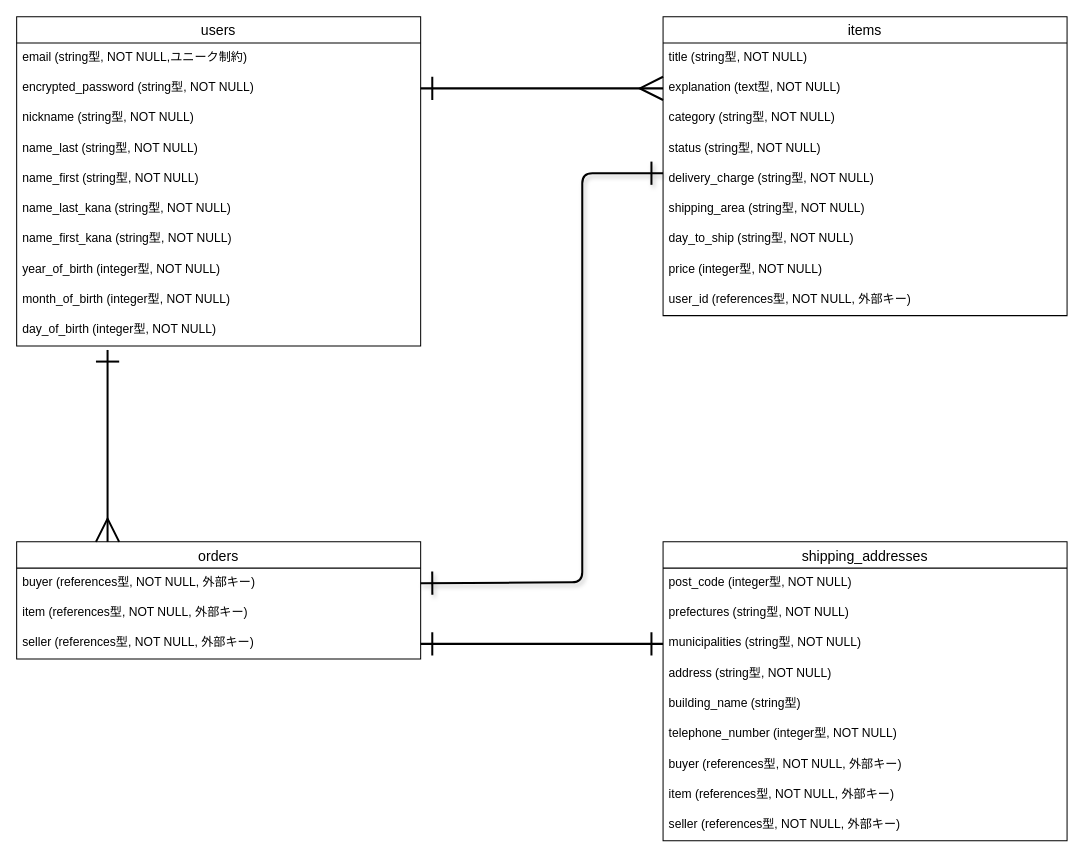
Before: furima.dio in mocchio/furima-38971, a draw.io diagram. Source tidied: cells renumbered, new cells numbered last; positions are measured from the earlier drawing's top-left corner, leaving out a move shared by most shapes. Both pictures are drawn from the tidied source at 101%, with x=0, y=0 at pixel (16, 16).
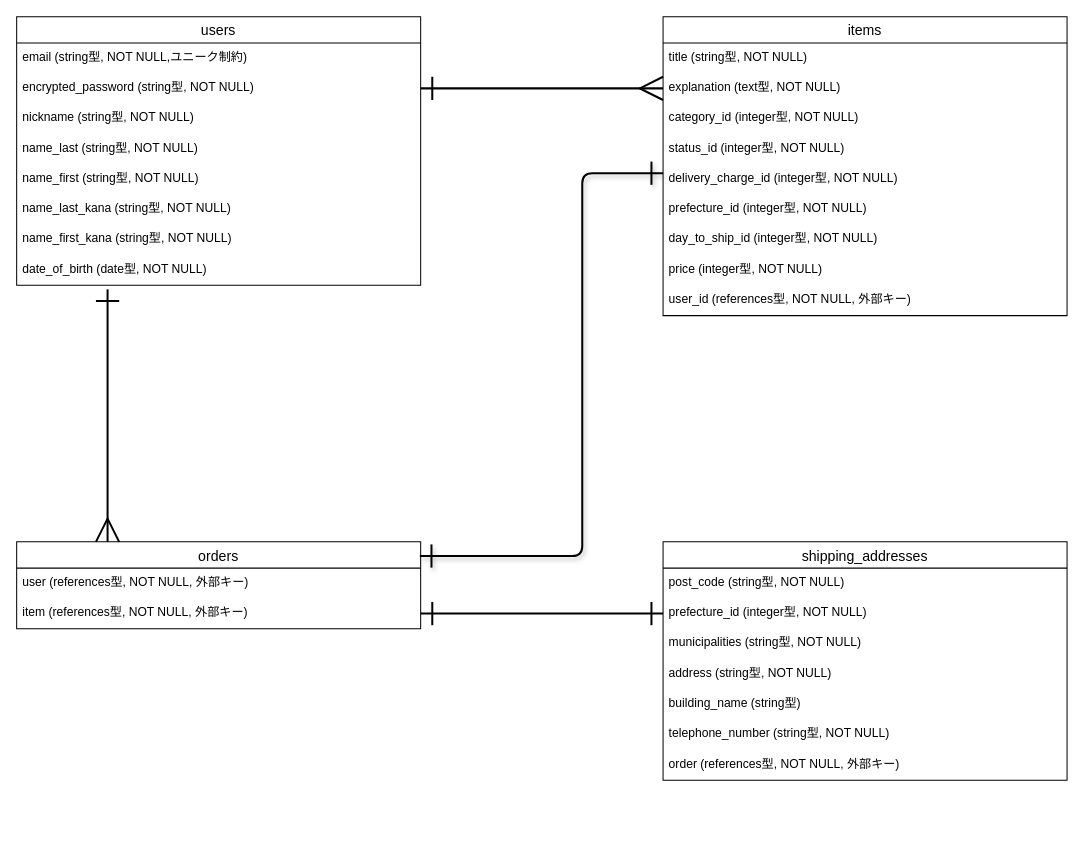
The same diagram, later.

The change refers to these unchanged cells:
```xml
<mxCell id="13" value="items" style="swimlane;fontStyle=0;horizontal=1;startSize=26;align=center;fontSize=14;" parent="1" vertex="1">
  <mxGeometry x="640" width="400" height="296" as="geometry" />
</mxCell>
<mxCell id="25" value="item (references型, NOT NULL, 外部キー)" style="text;strokeColor=none;fillColor=none;spacingLeft=4;spacingRight=4;overflow=hidden;points=[[0,0.5],[1,0.5]];portConstraint=eastwest;fontSize=12;" parent="23" vertex="1">
  <mxGeometry y="56" width="400" height="30" as="geometry" />
</mxCell>
<mxCell id="30" value="municipalities (string型, NOT NULL)" style="text;strokeColor=none;fillColor=none;spacingLeft=4;spacingRight=4;overflow=hidden;points=[[0,0.5],[1,0.5]];portConstraint=eastwest;fontSize=12;" parent="27" vertex="1">
  <mxGeometry y="86" width="400" height="30" as="geometry" />
</mxCell>
```

What changed in the source:
```diff
@@
     <mxCell id="2" value="users" style="swimlane;fontStyle=0;horizontal=1;startSize=26;align=center;fontSize=14;" parent="1" vertex="1">
-      <mxGeometry width="400" height="326" as="geometry" />
+      <mxGeometry width="400" height="266" as="geometry" />
     </mxCell>
@@
-    <mxCell id="10" value="year_of_birth (integer型, NOT NULL)" style="text;strokeColor=none;fillColor=none;spacingLeft=4;spacingRight=4;overflow=hidden;fontSize=12;" parent="2" vertex="1">
+    <mxCell id="10" value="date_of_birth (date型, NOT NULL)" style="text;strokeColor=none;fillColor=none;spacingLeft=4;spacingRight=4;overflow=hidden;fontSize=12;" parent="2" vertex="1">
       <mxGeometry y="236" width="400" height="30" as="geometry" />
     </mxCell>
-    <mxCell id="11" value="month_of_birth (integer型, NOT NULL)" style="text;strokeColor=none;fillColor=none;spacingLeft=4;spacingRight=4;overflow=hidden;fontSize=12;" parent="2" vertex="1">
-      <mxGeometry y="266" width="400" height="30" as="geometry" />
-    </mxCell>
-    <mxCell id="12" value="day_of_birth (integer型, NOT NULL)" style="text;strokeColor=none;fillColor=none;spacingLeft=4;spacingRight=4;overflow=hidden;fontSize=12;" parent="2" vertex="1">
-      <mxGeometry y="296" width="400" height="30" as="geometry" />
-    </mxCell>
@@
-    <mxCell id="16" value="category (string型, NOT NULL)" style="text;strokeColor=none;fillColor=none;spacingLeft=4;spacingRight=4;overflow=hidden;fontSize=12;" parent="13" vertex="1">
+    <mxCell id="16" value="category_id (integer型, NOT NULL)" style="text;strokeColor=none;fillColor=none;spacingLeft=4;spacingRight=4;overflow=hidden;fontSize=12;" parent="13" vertex="1">
       <mxGeometry y="86" width="400" height="30" as="geometry" />
     </mxCell>
-    <mxCell id="17" value="status (string型, NOT NULL) " style="text;strokeColor=none;fillColor=none;spacingLeft=4;spacingRight=4;overflow=hidden;fontSize=12;" parent="13" vertex="1">
+    <mxCell id="17" value="status_id (integer型, NOT NULL) " style="text;strokeColor=none;fillColor=none;spacingLeft=4;spacingRight=4;overflow=hidden;fontSize=12;" parent="13" vertex="1">
       <mxGeometry y="116" width="400" height="30" as="geometry" />
     </mxCell>
-    <mxCell id="18" value="delivery_charge (string型, NOT NULL)" style="text;strokeColor=none;fillColor=none;spacingLeft=4;spacingRight=4;overflow=hidden;fontSize=12;" parent="13" vertex="1">
+    <mxCell id="18" value="delivery_charge_id (integer型, NOT NULL)" style="text;strokeColor=none;fillColor=none;spacingLeft=4;spacingRight=4;overflow=hidden;fontSize=12;" parent="13" vertex="1">
       <mxGeometry y="146" width="400" height="30" as="geometry" />
     </mxCell>
-    <mxCell id="19" value="shipping_area (string型, NOT NULL)" style="text;strokeColor=none;fillColor=none;spacingLeft=4;spacingRight=4;overflow=hidden;fontSize=12;" parent="13" vertex="1">
+    <mxCell id="19" value="prefecture_id (integer型, NOT NULL)" style="text;strokeColor=none;fillColor=none;spacingLeft=4;spacingRight=4;overflow=hidden;fontSize=12;" parent="13" vertex="1">
       <mxGeometry y="176" width="400" height="30" as="geometry" />
     </mxCell>
-    <mxCell id="20" value="day_to_ship (string型, NOT NULL) " style="text;strokeColor=none;fillColor=none;spacingLeft=4;spacingRight=4;overflow=hidden;fontSize=12;" parent="13" vertex="1">
+    <mxCell id="20" value="day_to_ship_id (integer型, NOT NULL) " style="text;strokeColor=none;fillColor=none;spacingLeft=4;spacingRight=4;overflow=hidden;fontSize=12;" parent="13" vertex="1">
       <mxGeometry y="206" width="400" height="30" as="geometry" />
     </mxCell>
@@
     <mxCell id="23" value="orders" style="swimlane;fontStyle=0;horizontal=1;startSize=26;align=center;fontSize=14;" parent="1" vertex="1">
-      <mxGeometry y="520" width="400" height="116" as="geometry" />
+      <mxGeometry y="520" width="400" height="86" as="geometry" />
     </mxCell>
-    <mxCell id="24" value="buyer (references型, NOT NULL, 外部キー)" style="text;strokeColor=none;fillColor=none;spacingLeft=4;spacingRight=4;overflow=hidden;points=[[0,0.5],[1,0.5]];portConstraint=eastwest;fontSize=12;" parent="23" vertex="1">
+    <mxCell id="24" value="user (references型, NOT NULL, 外部キー)" style="text;strokeColor=none;fillColor=none;spacingLeft=4;spacingRight=4;overflow=hidden;points=[[0,0.5],[1,0.5]];portConstraint=eastwest;fontSize=12;" parent="23" vertex="1">
       <mxGeometry y="26" width="400" height="30" as="geometry" />
     </mxCell>
@@
-    <mxCell id="26" value="seller (references型, NOT NULL, 外部キー)" style="text;strokeColor=none;fillColor=none;spacingLeft=4;spacingRight=4;overflow=hidden;points=[[0,0.5],[1,0.5]];portConstraint=eastwest;fontSize=12;" parent="23" vertex="1">
-      <mxGeometry y="86" width="400" height="30" as="geometry" />
-    </mxCell>
     <mxCell id="27" value="shipping_addresses" style="swimlane;fontStyle=0;horizontal=1;startSize=26;align=center;fontSize=14;" parent="1" vertex="1">
-      <mxGeometry x="640" y="520" width="400" height="296" as="geometry" />
+      <mxGeometry x="640" y="520" width="400" height="236" as="geometry" />
     </mxCell>
-    <mxCell id="28" value="post_code (integer型, NOT NULL)" style="text;strokeColor=none;fillColor=none;spacingLeft=4;spacingRight=4;overflow=hidden;fontSize=12;" parent="27" vertex="1">
+    <mxCell id="28" value="post_code (string型, NOT NULL)" style="text;strokeColor=none;fillColor=none;spacingLeft=4;spacingRight=4;overflow=hidden;fontSize=12;" parent="27" vertex="1">
       <mxGeometry y="26" width="400" height="30" as="geometry" />
     </mxCell>
-    <mxCell id="29" value="prefectures (string型, NOT NULL)" style="text;strokeColor=none;fillColor=none;spacingLeft=4;spacingRight=4;overflow=hidden;points=[[0,0.5],[1,0.5]];portConstraint=eastwest;fontSize=12;" parent="27" vertex="1">
+    <mxCell id="29" value="prefecture_id (integer型, NOT NULL)" style="text;strokeColor=none;fillColor=none;spacingLeft=4;spacingRight=4;overflow=hidden;points=[[0,0.5],[1,0.5]];portConstraint=eastwest;fontSize=12;" parent="27" vertex="1">
       <mxGeometry y="56" width="400" height="30" as="geometry" />
     </mxCell>
@@
-    <mxCell id="33" value="telephone_number (integer型, NOT NULL)" style="text;strokeColor=none;fillColor=none;spacingLeft=4;spacingRight=4;overflow=hidden;fontSize=12;" parent="27" vertex="1">
+    <mxCell id="33" value="telephone_number (string型, NOT NULL)" style="text;strokeColor=none;fillColor=none;spacingLeft=4;spacingRight=4;overflow=hidden;fontSize=12;" parent="27" vertex="1">
       <mxGeometry y="176" width="400" height="30" as="geometry" />
     </mxCell>
-    <mxCell id="34" value="buyer (references型, NOT NULL, 外部キー)" style="text;strokeColor=none;fillColor=none;spacingLeft=4;spacingRight=4;overflow=hidden;fontSize=12;" parent="27" vertex="1">
+    <mxCell id="34" value="order (references型, NOT NULL, 外部キー)" style="text;strokeColor=none;fillColor=none;spacingLeft=4;spacingRight=4;overflow=hidden;fontSize=12;" parent="27" vertex="1">
       <mxGeometry y="206" width="400" height="30" as="geometry" />
     </mxCell>
-    <mxCell id="35" value="item (references型, NOT NULL, 外部キー)" style="text;strokeColor=none;fillColor=none;spacingLeft=4;spacingRight=4;overflow=hidden;fontSize=12;" parent="27" vertex="1">
-      <mxGeometry y="236" width="400" height="30" as="geometry" />
-    </mxCell>
-    <mxCell id="36" value="seller (references型, NOT NULL, 外部キー)" style="text;strokeColor=none;fillColor=none;spacingLeft=4;spacingRight=4;overflow=hidden;fontSize=12;" parent="27" vertex="1">
-      <mxGeometry y="266" width="400" height="30" as="geometry" />
-    </mxCell>
@@
-    <mxCell id="38" style="edgeStyle=none;jumpStyle=none;html=1;exitX=1;exitY=0.5;exitDx=0;exitDy=0;entryX=0;entryY=0.5;entryDx=0;entryDy=0;strokeWidth=2;startArrow=ERone;startFill=0;endArrow=ERone;endFill=0;startSize=20;endSize=20;" parent="1" edge="1" source="26" target="30">
+    <mxCell id="38" style="edgeStyle=none;jumpStyle=none;html=1;exitX=1;exitY=0.5;exitDx=0;exitDy=0;entryX=0;entryY=0.5;entryDx=0;entryDy=0;strokeWidth=2;startArrow=ERone;startFill=0;endArrow=ERone;endFill=0;startSize=20;endSize=20;" parent="1" edge="1" source="25" target="29">
       <mxGeometry relative="1" as="geometry" />
     </mxCell>
-    <mxCell id="39" style="edgeStyle=none;jumpStyle=none;html=1;exitX=1;exitY=0.5;exitDx=0;exitDy=0;strokeWidth=2;startArrow=ERone;startFill=0;endArrow=ERone;endFill=0;startSize=20;endSize=20;shadow=1;" parent="1" edge="1" source="24">
+    <mxCell id="39" style="edgeStyle=none;jumpStyle=none;html=1;exitX=0.998;exitY=0.163;exitDx=0;exitDy=0;strokeWidth=2;startArrow=ERone;startFill=0;endArrow=ERone;endFill=0;startSize=20;endSize=20;shadow=1;exitPerimeter=0;" parent="1" edge="1" source="23">
       <mxGeometry relative="1" as="geometry">
         <mxPoint x="640" y="155" as="targetPoint" />
         <Array as="points">
-          <mxPoint x="560" y="560" />
+          <mxPoint x="560" y="534" />
           <mxPoint x="560" y="155" />
         </Array>
       </mxGeometry>
     </mxCell>
     <mxCell id="40" style="edgeStyle=none;jumpStyle=none;html=1;entryX=0.225;entryY=0;entryDx=0;entryDy=0;entryPerimeter=0;strokeWidth=2;startArrow=ERone;startFill=0;endArrow=ERmany;endFill=0;startSize=20;endSize=20;" parent="1" edge="1" target="23">
       <mxGeometry relative="1" as="geometry">
-        <mxPoint x="90" y="330" as="sourcePoint" />
+        <mxPoint x="90" y="270" as="sourcePoint" />
       </mxGeometry>
     </mxCell>
```
